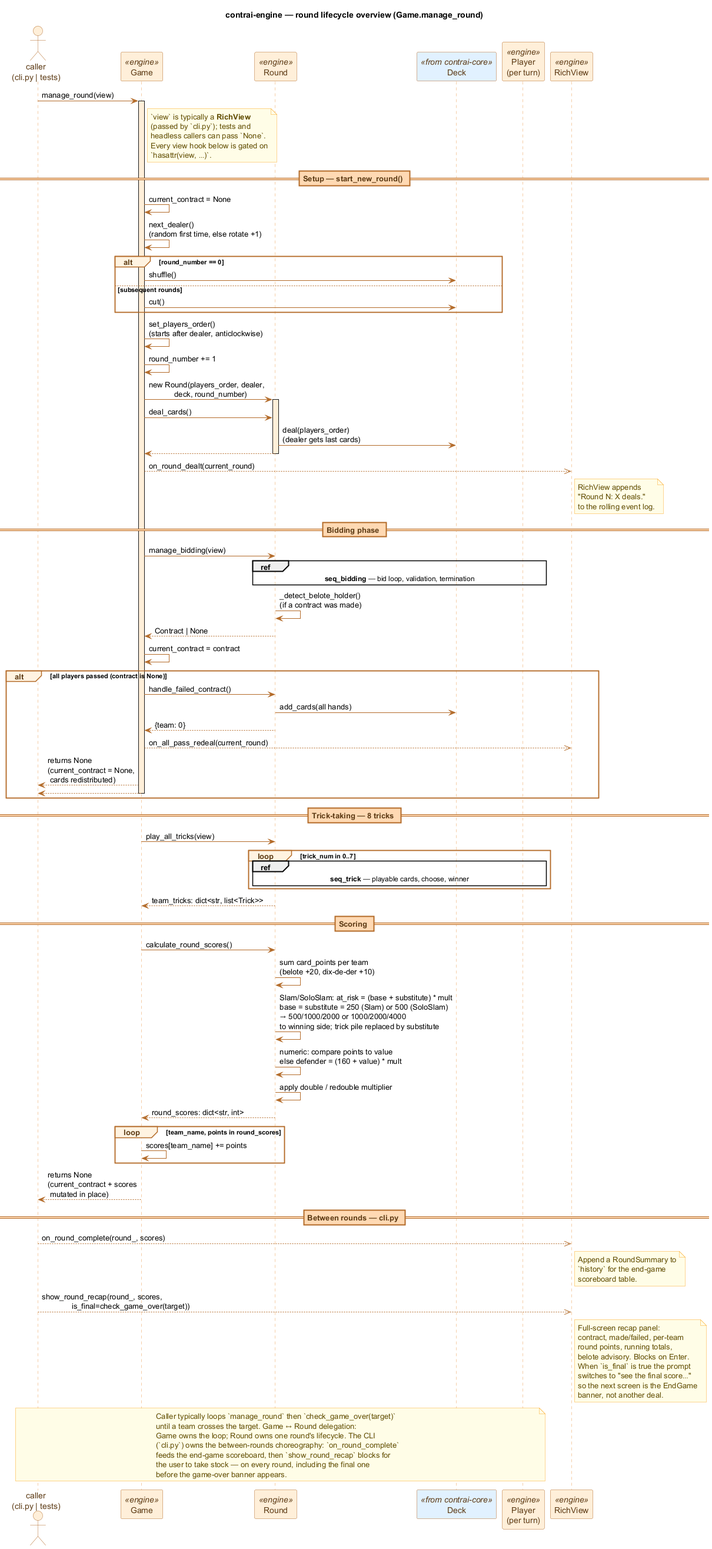
The PlantUML diagram docs/diagrams/seq_round.png in valmathieu/ContrAI, before a commit.
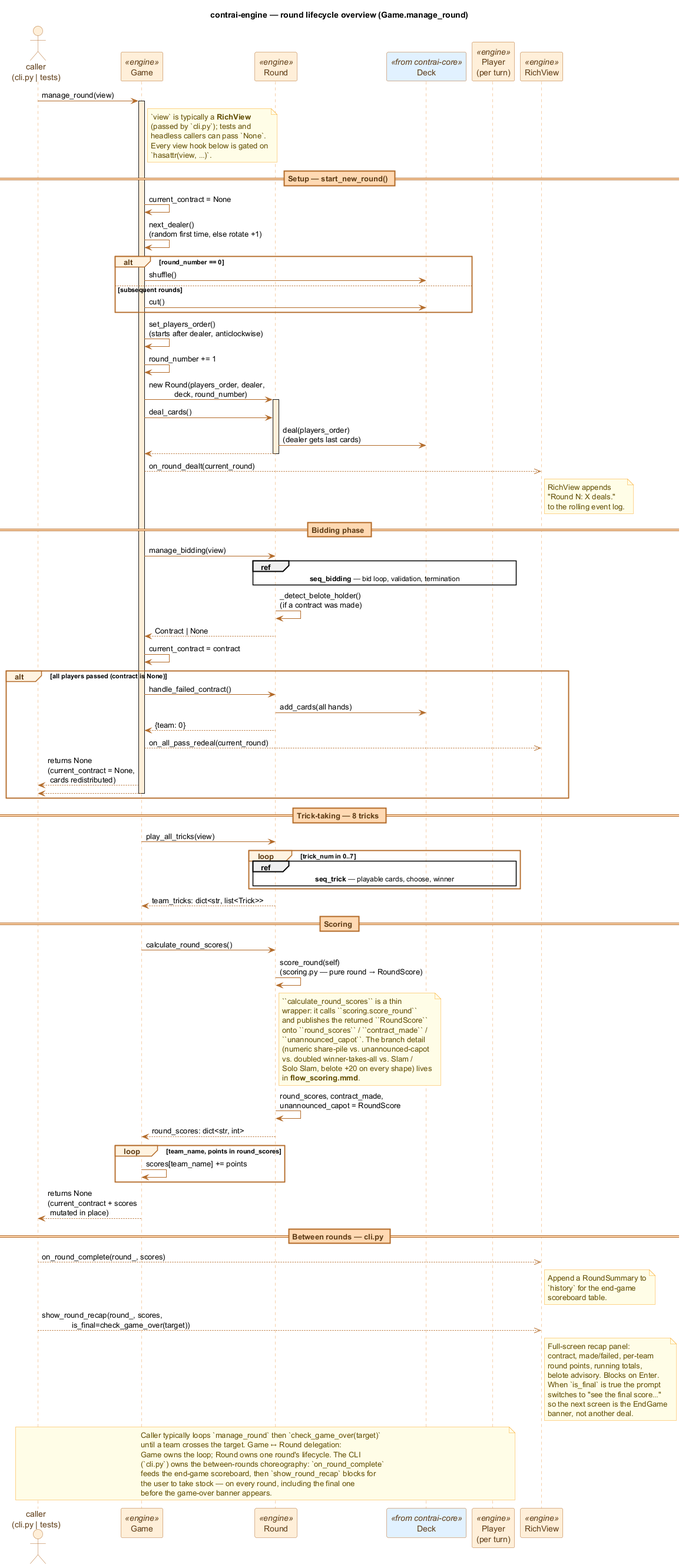
After the commit.

Commit message:
docs(engine): add the CLI game-loop sequence and scoring flowchart

The edit, as a diff of the source:
```diff
@@ -96,10 +96,19 @@
 == Scoring ==
 
 G -> R : calculate_round_scores()
-R -> R : sum card_points per team\n(belote +20, dix-de-der +10)
-R -> R : Slam/SoloSlam: at_risk = (base + substitute) * mult\nbase = substitute = 250 (Slam) or 500 (SoloSlam)\n→ 500/1000/2000 or 1000/2000/4000\nto winning side; trick pile replaced by substitute
-R -> R : numeric: compare points to value\nelse defender = (160 + value) * mult
-R -> R : apply double / redouble multiplier
+R -> R : score_round(self)\n(scoring.py — pure round → RoundScore)
+note right of R
+  ``calculate_round_scores`` is a thin
+  wrapper: it calls ``scoring.score_round``
+  and publishes the returned ``RoundScore``
+  onto ``round_scores`` / ``contract_made`` /
+  ``unannounced_capot``. The branch detail
+  (numeric share-pile vs. unannounced-capot
+  vs. doubled winner-takes-all vs. Slam /
+  Solo Slam, belote +20 on every shape) lives
+  in **flow_scoring.mmd**.
+end note
+R -> R : round_scores, contract_made,\nunannounced_capot = RoundScore
 R --> G : round_scores: dict<str, int>
 deactivate R
 
```
